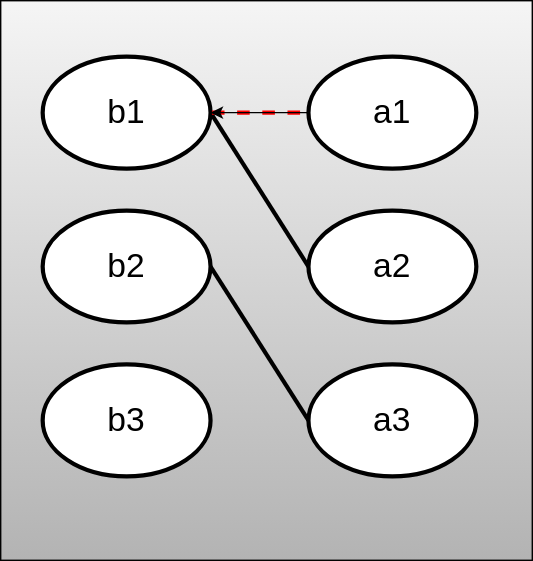
Above: doc/one-to-one.svg in devel0/skeleton-netcore-ef-code-first (draw.io), before the change. Source tidied: cells renumbered, new cells last; positions are measured from the earlier drawing's top-left corner, leaving out a move shared by most shapes.
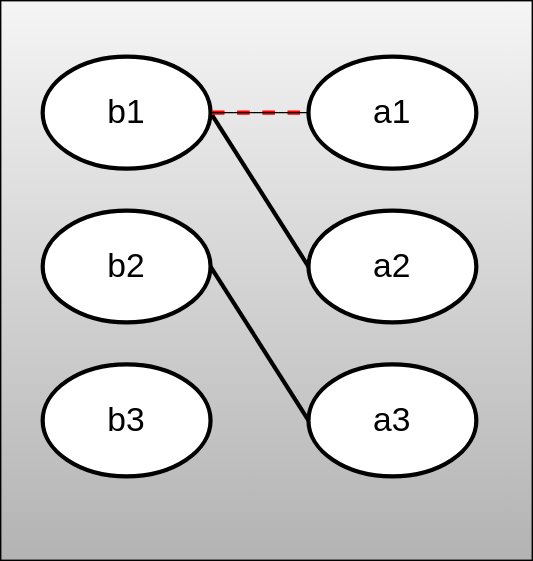
The same file after the commit.

Diff of the diagram source:
```diff
@@ -31,7 +31,7 @@
         <mxPoint x="150" y="80" as="targetPoint" />
       </mxGeometry>
     </mxCell>
-    <mxCell id="11" style="edgeStyle=none;html=1;" parent="1" edge="1" source="12" target="7">
+    <mxCell id="11" style="edgeStyle=none;html=1;endArrow=none;endFill=0;" parent="1" edge="1" source="12" target="7">
       <mxGeometry relative="1" as="geometry" />
     </mxCell>
     <mxCell id="12" value="a1" style="ellipse;whiteSpace=wrap;html=1;strokeColor=#000000;fontSize=24;strokeWidth=3;" parent="1" vertex="1">
```
